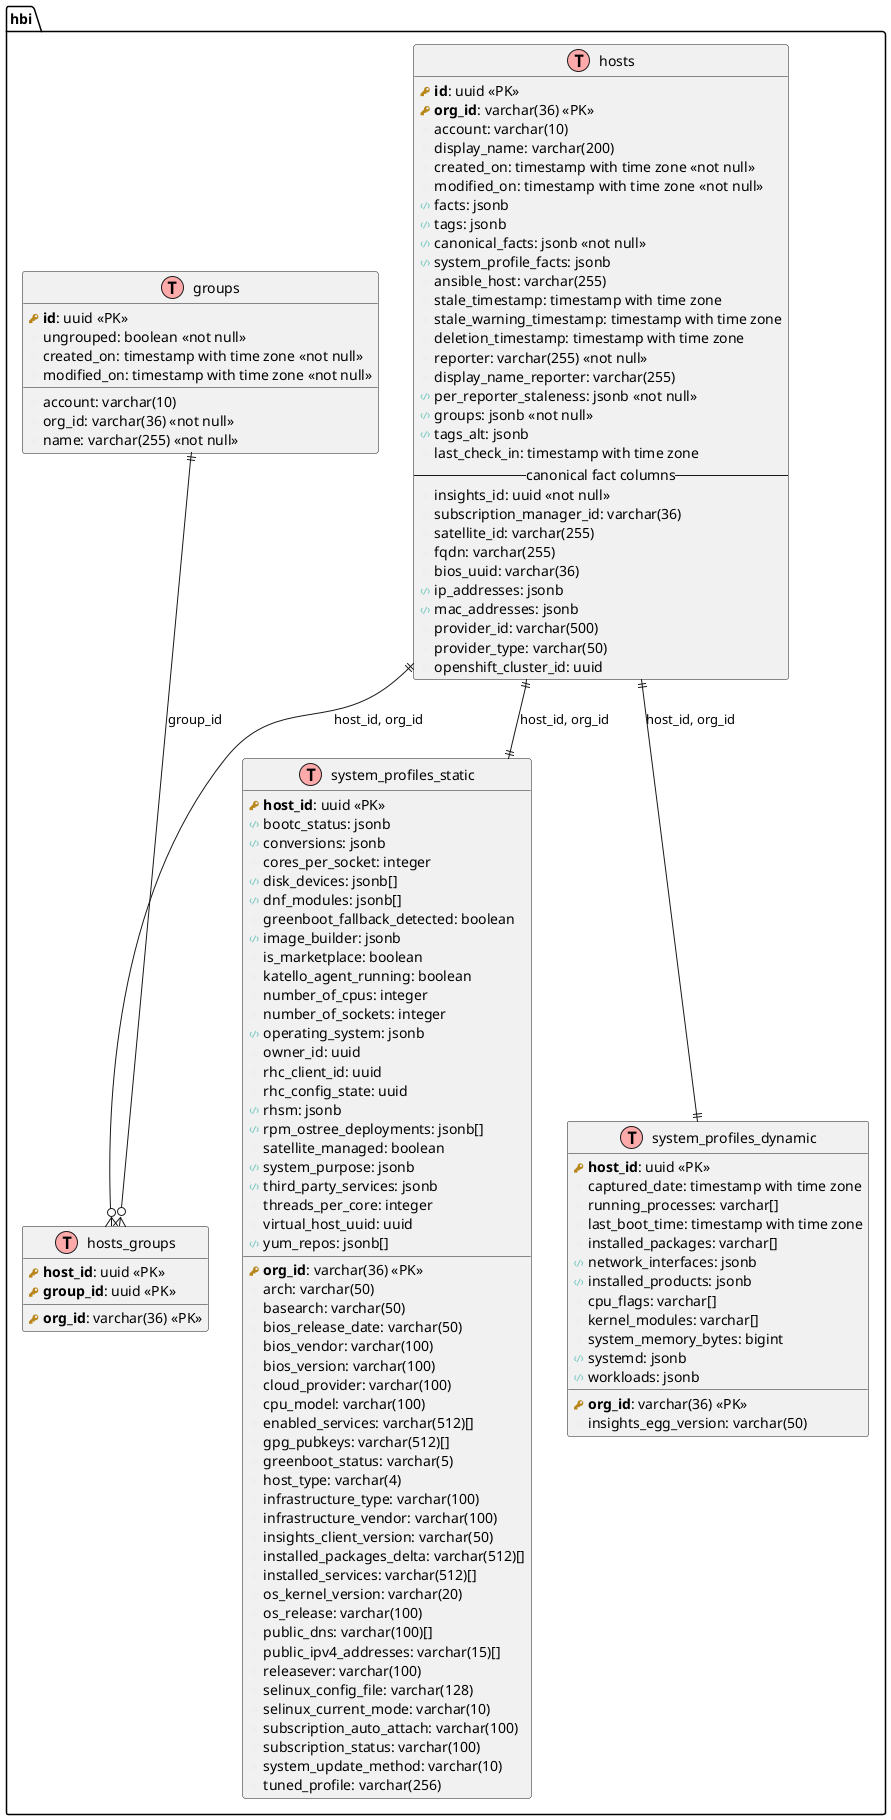
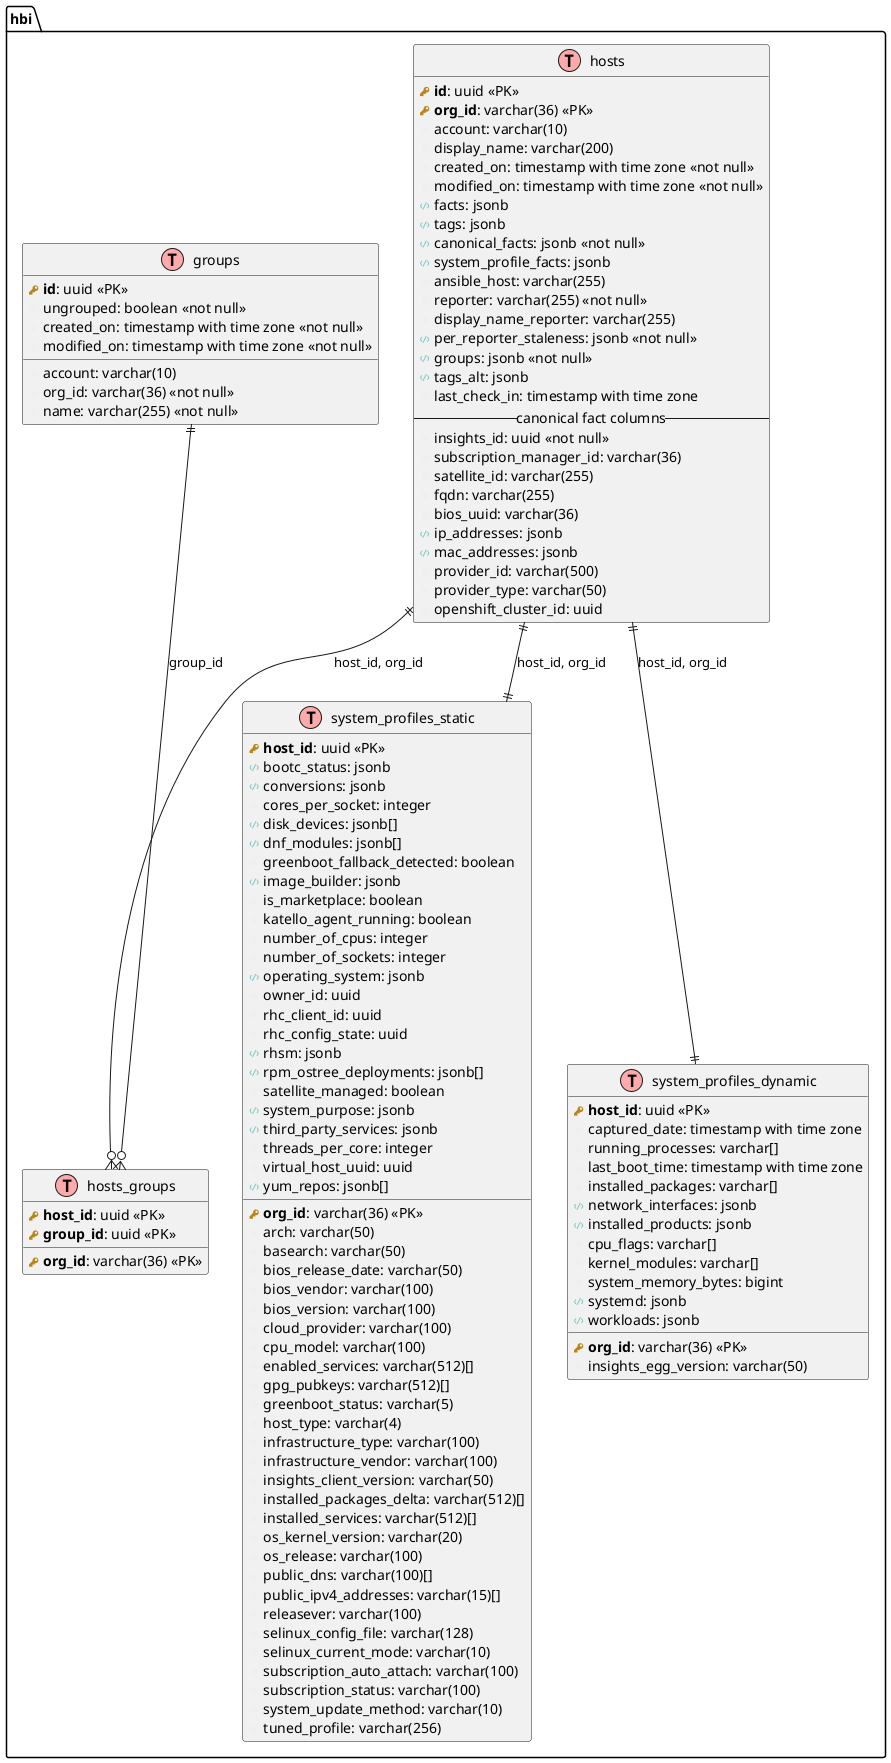
# Architecture

## Data diagram

```plantuml
@startuml hosts_table

!define table(x) entity x << (T,#FFAAAA) >>
!define primary_key(x) <b><color:#b8861b><&key></color> x</b>
!define foreign_key(x) <color:#aaaaaa><&key></color> x
!define column(x) <color:#efefef><&media-record></color> x
!define jsonb(x) <color:#80cbc4><&code></color> x

table(hbi.hosts) {
  primary_key(id): uuid <<PK>>
  primary_key(org_id): varchar(36) <<PK>>
  column(account): varchar(10)
  column(display_name): varchar(200)
  column(created_on): timestamp with time zone <<not null>>
  column(modified_on): timestamp with time zone <<not null>>
  jsonb(facts): jsonb
  jsonb(tags): jsonb
  jsonb(canonical_facts): jsonb <<not null>>
  jsonb(system_profile_facts): jsonb
  column(ansible_host): varchar(255)
-   column(stale_timestamp): timestamp with time zone
-   column(stale_warning_timestamp): timestamp with time zone
-   column(deletion_timestamp): timestamp with time zone
  column(reporter): varchar(255) <<not null>>
  column(display_name_reporter): varchar(255)
  jsonb(per_reporter_staleness): jsonb <<not null>>
  jsonb(groups): jsonb <<not null>>
  jsonb(tags_alt): jsonb
  column(last_check_in): timestamp with time zone
  --canonical fact columns--
  column(insights_id): uuid <<not null>>
  column(subscription_manager_id): varchar(36)
  column(satellite_id): varchar(255)
  column(fqdn): varchar(255)
  column(bios_uuid): varchar(36)
  jsonb(ip_addresses): jsonb
  jsonb(mac_addresses): jsonb
  column(provider_id): varchar(500)
  column(provider_type): varchar(50)
  column(openshift_cluster_id): uuid
}

table(hbi.groups) {
  primary_key(id): uuid <<PK>>
  column(account): varchar(10)
  column(org_id): varchar(36) <<not null>>
  column(name): varchar(255) <<not null>>
  column(ungrouped): boolean <<not null>>
  column(created_on): timestamp with time zone <<not null>>
  column(modified_on): timestamp with time zone <<not null>>
}

table(hbi.hosts_groups) {
  primary_key(host_id): uuid <<PK>>
  primary_key(org_id): varchar(36) <<PK>>
  primary_key(group_id): uuid <<PK>>
}

table(hbi.system_profiles_static) {
  primary_key(org_id): varchar(36) <<PK>>
  primary_key(host_id): uuid <<PK>>
  column(arch): varchar(50)
  column(basearch): varchar(50)
  column(bios_release_date): varchar(50)
  column(bios_vendor): varchar(100)
  column(bios_version): varchar(100)
  jsonb(bootc_status): jsonb
  column(cloud_provider): varchar(100)
  jsonb(conversions): jsonb
  column(cores_per_socket): integer
  column(cpu_model): varchar(100)
  jsonb(disk_devices): jsonb[]
  jsonb(dnf_modules): jsonb[]
  column(enabled_services): varchar(512)[]
  column(gpg_pubkeys): varchar(512)[]
  column(greenboot_fallback_detected): boolean
  column(greenboot_status): varchar(5)
  column(host_type): varchar(4)
  jsonb(image_builder): jsonb
  column(infrastructure_type): varchar(100)
  column(infrastructure_vendor): varchar(100)
  column(insights_client_version): varchar(50)
  column(installed_packages_delta): varchar(512)[]
  column(installed_services): varchar(512)[]
  column(is_marketplace): boolean
  column(katello_agent_running): boolean
  column(number_of_cpus): integer
  column(number_of_sockets): integer
  jsonb(operating_system): jsonb
  column(os_kernel_version): varchar(20)
  column(os_release): varchar(100)
  column(owner_id): uuid
  column(public_dns): varchar(100)[]
  column(public_ipv4_addresses): varchar(15)[]
  column(releasever): varchar(100)
  column(rhc_client_id): uuid
  column(rhc_config_state): uuid
  jsonb(rhsm): jsonb
  jsonb(rpm_ostree_deployments): jsonb[]
  column(satellite_managed): boolean
  column(selinux_config_file): varchar(128)
  column(selinux_current_mode): varchar(10)
  column(subscription_auto_attach): varchar(100)
  column(subscription_status): varchar(100)
  jsonb(system_purpose): jsonb
  column(system_update_method): varchar(10)
  jsonb(third_party_services): jsonb
  column(threads_per_core): integer
  column(tuned_profile): varchar(256)
  column(virtual_host_uuid): uuid
  jsonb(yum_repos): jsonb[]
}

table(hbi.system_profiles_dynamic) {
  primary_key(org_id): varchar(36) <<PK>>
  primary_key(host_id): uuid <<PK>>
  column(captured_date): timestamp with time zone
  column(running_processes): varchar[]
  column(last_boot_time): timestamp with time zone
  column(installed_packages): varchar[]
  jsonb(network_interfaces): jsonb
  jsonb(installed_products): jsonb
  column(cpu_flags): varchar[]
  column(insights_egg_version): varchar(50)
  column(kernel_modules): varchar[]
  column(system_memory_bytes): bigint
  jsonb(systemd): jsonb
  jsonb(workloads): jsonb
}


' Relationships
hbi.hosts ||--o{ hbi.hosts_groups : "host_id, org_id"
hbi.groups ||--o{ hbi.hosts_groups : "group_id"
hbi.hosts ||--|| hbi.system_profiles_static : "host_id, org_id"
hbi.hosts ||--|| hbi.system_profiles_dynamic : "host_id, org_id"

@enduml
```
